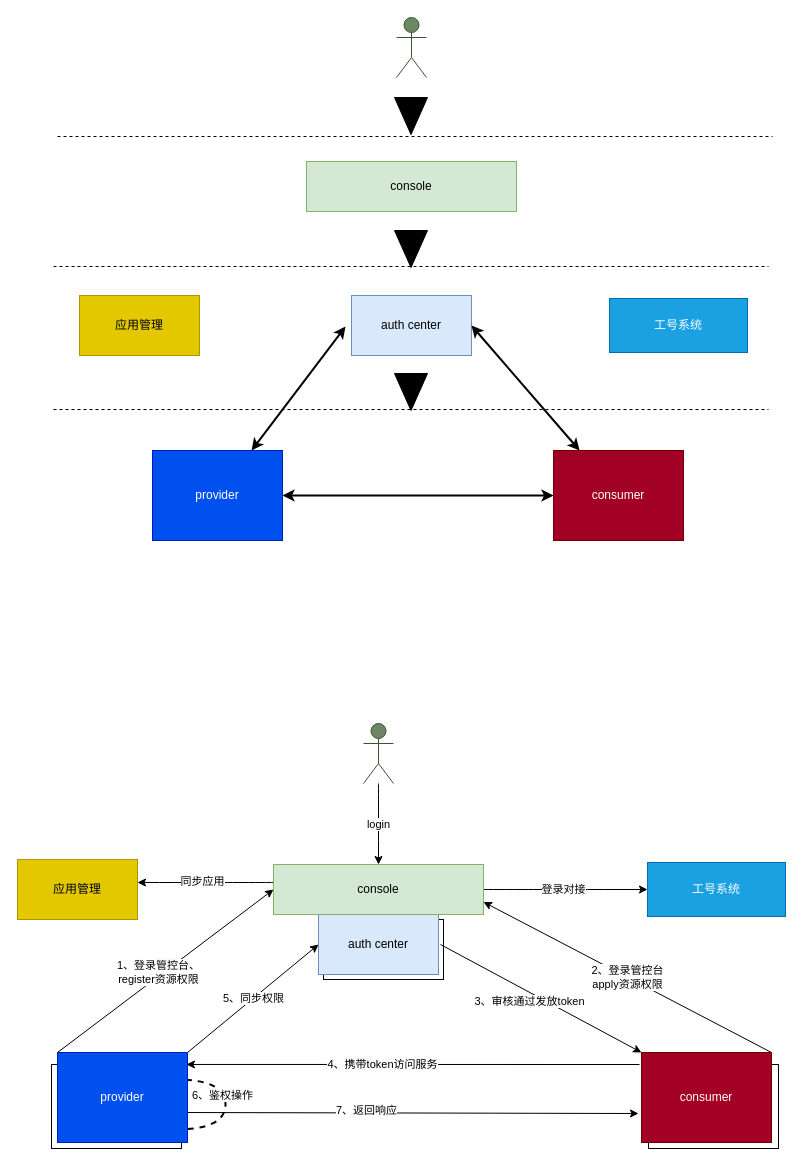
Earlier version of the draw.io diagram 鉴权中心一期.drawio (gitcodeporter/draw-uml). Source tidied: cells renumbered, new cells numbered last; positions are measured from the earlier drawing's top-left corner, leaving out a move shared by most shapes. Both pictures are drawn from the tidied source at 100%, with x=0, y=0 at pixel (17, 17).
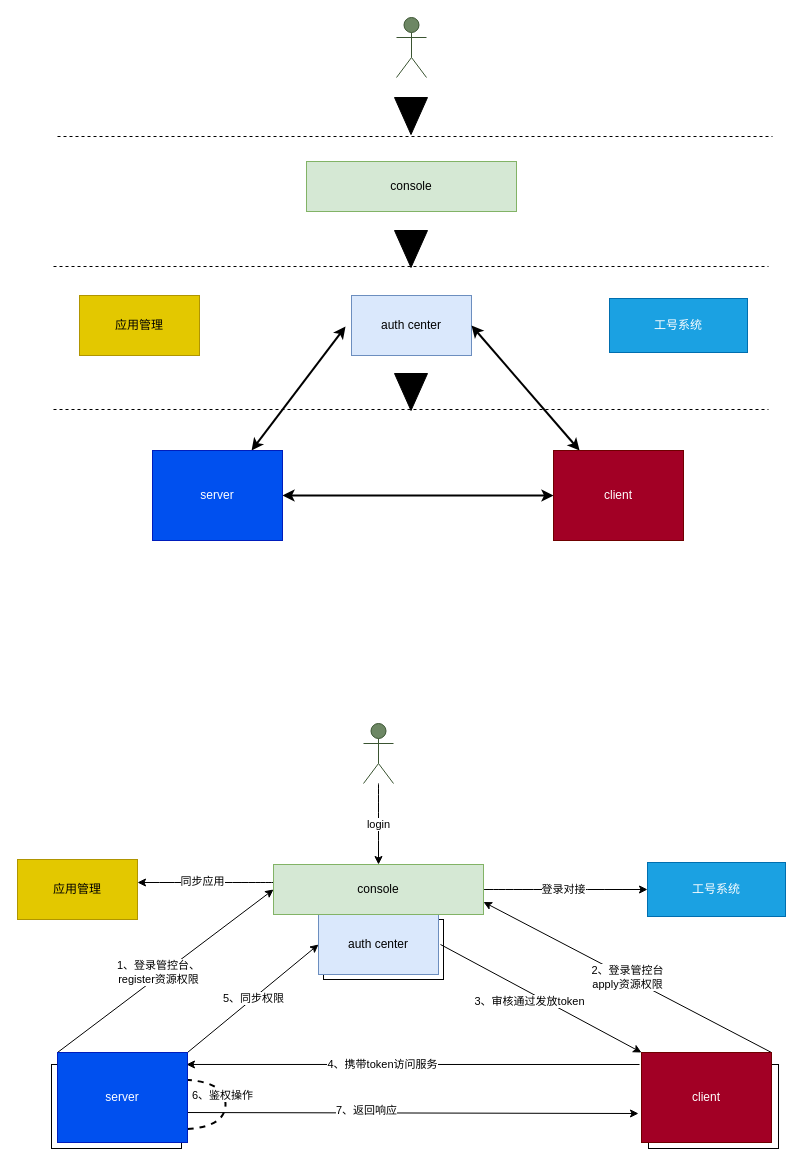
The same page after the edit.

Commit message:
更新鉴权中心一期.drawio

The edit, as a diff of the source:
```diff
@@
-    <mxCell id="16" value="consumer" style="rounded=0;whiteSpace=wrap;html=1;fillColor=#a20025;strokeColor=#6F0000;fontColor=#ffffff;" parent="1" vertex="1">
+    <mxCell id="16" value="client" style="rounded=0;whiteSpace=wrap;html=1;fillColor=#a20025;strokeColor=#6F0000;fontColor=#ffffff;" parent="1" vertex="1">
       <mxGeometry x="624" y="1035" width="130" height="90" as="geometry" />
     </mxCell>
@@
-    <mxCell id="24" value="provider" style="rounded=0;whiteSpace=wrap;html=1;fillColor=#0050ef;strokeColor=#001DBC;fontColor=#ffffff;" parent="1" vertex="1">
+    <mxCell id="24" value="server" style="rounded=0;whiteSpace=wrap;html=1;fillColor=#0050ef;strokeColor=#001DBC;fontColor=#ffffff;" parent="1" vertex="1">
       <mxGeometry x="40" y="1035" width="130" height="90" as="geometry" />
     </mxCell>
@@
-    <mxCell id="40" value="provider" style="rounded=0;whiteSpace=wrap;html=1;fillColor=#0050ef;strokeColor=#001DBC;fontColor=#ffffff;" parent="1" vertex="1">
+    <mxCell id="40" value="server" style="rounded=0;whiteSpace=wrap;html=1;fillColor=#0050ef;strokeColor=#001DBC;fontColor=#ffffff;" parent="1" vertex="1">
       <mxGeometry x="135" y="433" width="130" height="90" as="geometry" />
     </mxCell>
@@
-    <mxCell id="42" value="consumer" style="rounded=0;whiteSpace=wrap;html=1;fillColor=#a20025;strokeColor=#6F0000;fontColor=#ffffff;" parent="1" vertex="1">
+    <mxCell id="42" value="client" style="rounded=0;whiteSpace=wrap;html=1;fillColor=#a20025;strokeColor=#6F0000;fontColor=#ffffff;" parent="1" vertex="1">
       <mxGeometry x="536" y="433" width="130" height="90" as="geometry" />
     </mxCell>
```
